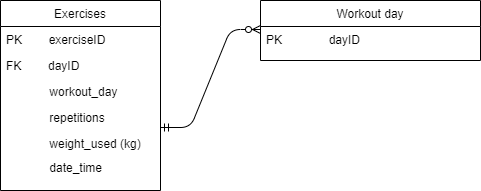
Earlier version of the draw.io export ERD new Diagram.png (Armanhafiz4/Fundamental-project). Source tidied: cells renumbered, new cells last; positions are measured from the earlier drawing's top-left corner, leaving out a move shared by most shapes.
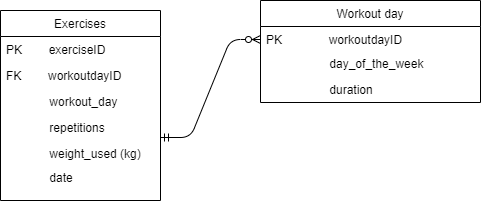
After the commit.

Diff of the diagram source:
```diff
@@ -8,7 +8,7 @@
     <mxCell id="3" value="PK        exerciseID" style="text;align=left;verticalAlign=top;spacingLeft=4;spacingRight=4;overflow=hidden;" parent="2" vertex="1">
       <mxGeometry y="26" width="160" height="26" as="geometry" />
     </mxCell>
-    <mxCell id="4" value="FK        dayID" style="text;align=left;verticalAlign=top;spacingLeft=4;spacingRight=4;overflow=hidden;rounded=0;shadow=0;html=0;" parent="2" vertex="1">
+    <mxCell id="4" value="FK        workoutdayID" style="text;align=left;verticalAlign=top;spacingLeft=4;spacingRight=4;overflow=hidden;rounded=0;shadow=0;html=0;" parent="2" vertex="1">
       <mxGeometry y="52" width="160" height="26" as="geometry" />
     </mxCell>
     <mxCell id="5" value="             workout_day" style="text;align=left;verticalAlign=top;spacingLeft=4;spacingRight=4;overflow=hidden;rounded=0;shadow=0;html=0;" parent="2" vertex="1">
@@ -20,15 +20,21 @@
     <mxCell id="7" value="             weight_used (kg)" style="text;align=left;verticalAlign=top;spacingLeft=4;spacingRight=4;overflow=hidden;rounded=0;shadow=0;html=0;" parent="2" vertex="1">
       <mxGeometry y="130" width="160" height="24" as="geometry" />
     </mxCell>
-    <mxCell id="8" value="             date_time" style="text;align=left;verticalAlign=top;spacingLeft=4;spacingRight=4;overflow=hidden;rounded=0;shadow=0;html=0;" parent="2" vertex="1">
+    <mxCell id="8" value="             date" style="text;align=left;verticalAlign=top;spacingLeft=4;spacingRight=4;overflow=hidden;rounded=0;shadow=0;html=0;" parent="2" vertex="1">
       <mxGeometry y="154" width="160" height="26" as="geometry" />
     </mxCell>
     <mxCell id="9" value="Workout day" style="swimlane;fontStyle=0;align=center;verticalAlign=top;horizontal=1;startSize=26;rounded=0;shadow=0;strokeWidth=1;" parent="1" vertex="1">
-      <mxGeometry x="260" width="220" height="60" as="geometry" />
+      <mxGeometry x="260" y="-10" width="220" height="102" as="geometry" />
     </mxCell>
-    <mxCell id="10" value="PK              dayID" style="text;align=left;verticalAlign=top;spacingLeft=4;spacingRight=4;overflow=hidden;" parent="9" vertex="1">
-      <mxGeometry y="26" width="220" height="26" as="geometry" />
+    <mxCell id="10" value="PK              workoutdayID" style="text;align=left;verticalAlign=top;spacingLeft=4;spacingRight=4;overflow=hidden;" parent="9" vertex="1">
+      <mxGeometry y="26" width="220" height="24" as="geometry" />
     </mxCell>
+    <mxCell id="12" value="                   day_of_the_week" style="text;align=left;verticalAlign=top;spacingLeft=4;spacingRight=4;overflow=hidden;" parent="9" vertex="1">
+      <mxGeometry y="50" width="220" height="26" as="geometry" />
+    </mxCell>
+    <mxCell id="13" value="                   duration" style="text;align=left;verticalAlign=top;spacingLeft=4;spacingRight=4;overflow=hidden;" parent="9" vertex="1">
+      <mxGeometry y="76" width="220" height="26" as="geometry" />
+    </mxCell>
     <mxCell id="11" style="edgeStyle=entityRelationEdgeStyle;fontSize=12;html=1;endArrow=ERzeroToMany;startArrow=ERmandOne;" parent="1" edge="1">
       <mxGeometry relative="1" as="geometry">
         <mxPoint x="160" y="127" as="sourcePoint" />
```
